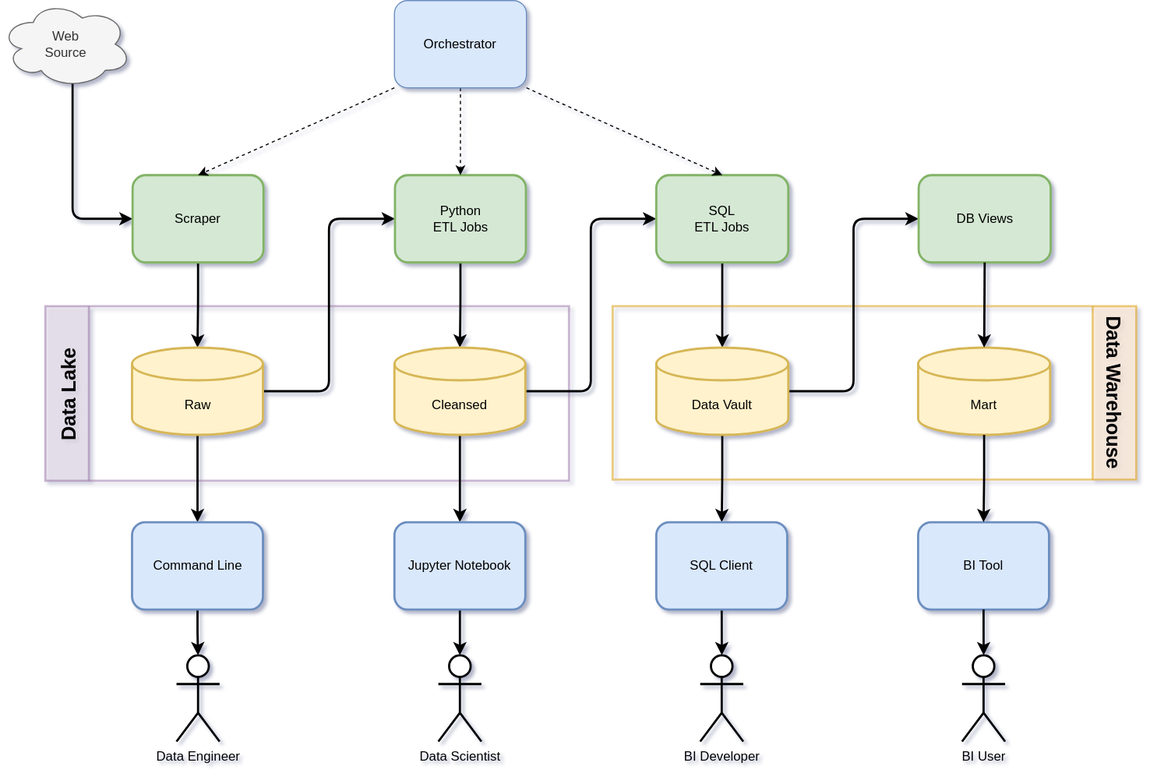
Before: doc/architecture-overview.drawio.svg, a diagram exported from draw.io (petracarrion/job-market-analytics). Source tidied: cells renumbered, new cells last; positions are measured from the earlier drawing's top-left corner, leaving out a move shared by most shapes.
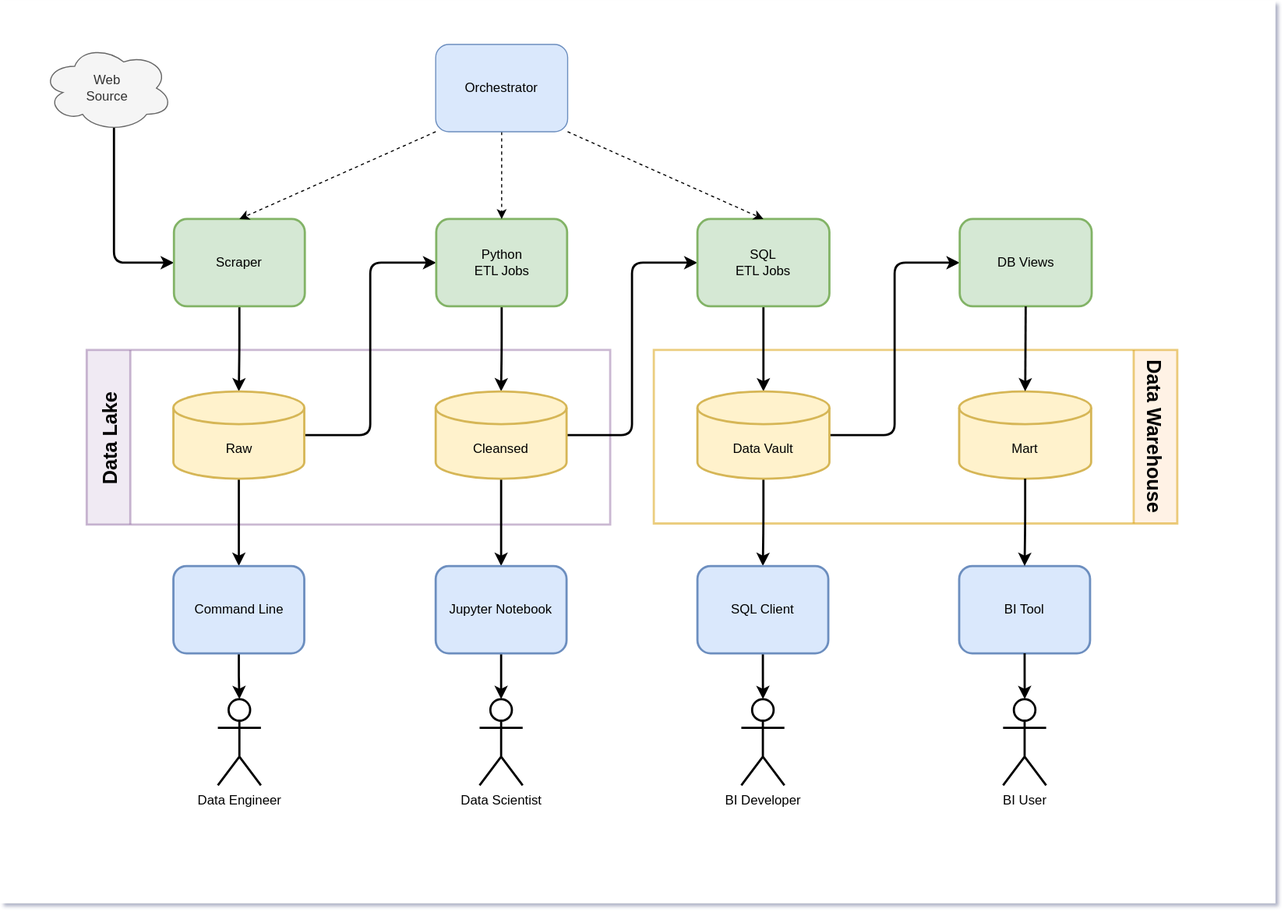
After the commit.

What changed in the source:
```diff
@@ -1,6 +1,10 @@
 <mxGraphModel shadow="1">
   <root>
     <mxCell id="0" />
+    <mxCell id="41" parent="0" />
+    <mxCell id="42" style="rounded=0;whiteSpace=wrap;html=1;strokeColor=none;" parent="41" vertex="1">
+      <mxGeometry x="-38" y="-40" width="1169" height="827" as="geometry" />
+    </mxCell>
     <mxCell id="1" value="Overview" parent="0" />
     <mxCell id="2" value="Data Lake" style="swimlane;horizontal=0;fontSize=18;startSize=40;fillColor=#e1d5e7;strokeColor=#9673a6;strokeWidth=2;opacity=50;" parent="1" vertex="1">
       <mxGeometry x="41" y="280" width="480" height="160" as="geometry" />
```
